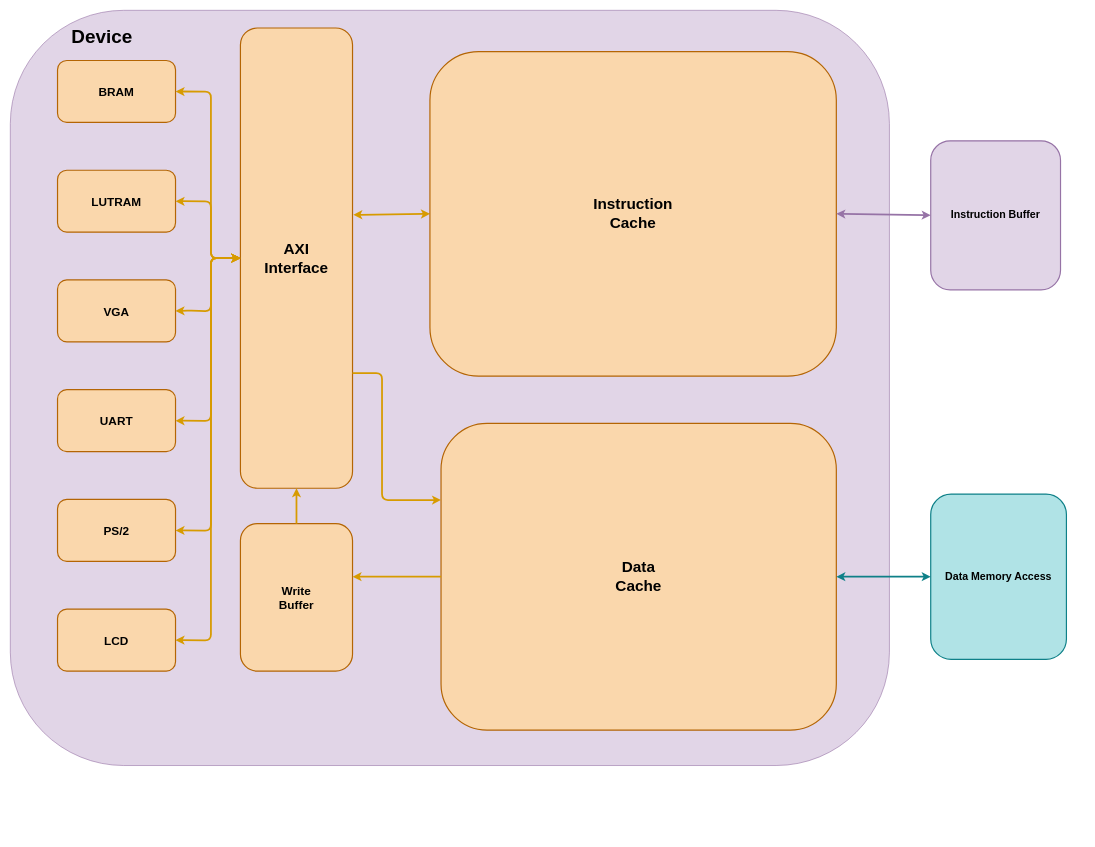
This is page "Memory" (6 of 12) of pua-mips.drawio from Clo91eaf/PUA-MIPS, a draw.io file, before an edit. Source tidied: cells renumbered, new cells numbered last; positions are measured from the earlier drawing's top-left corner, leaving out a move shared by most shapes. Both pictures are drawn from the tidied source at 59%, with x=0, y=0 at pixel (10, 10).
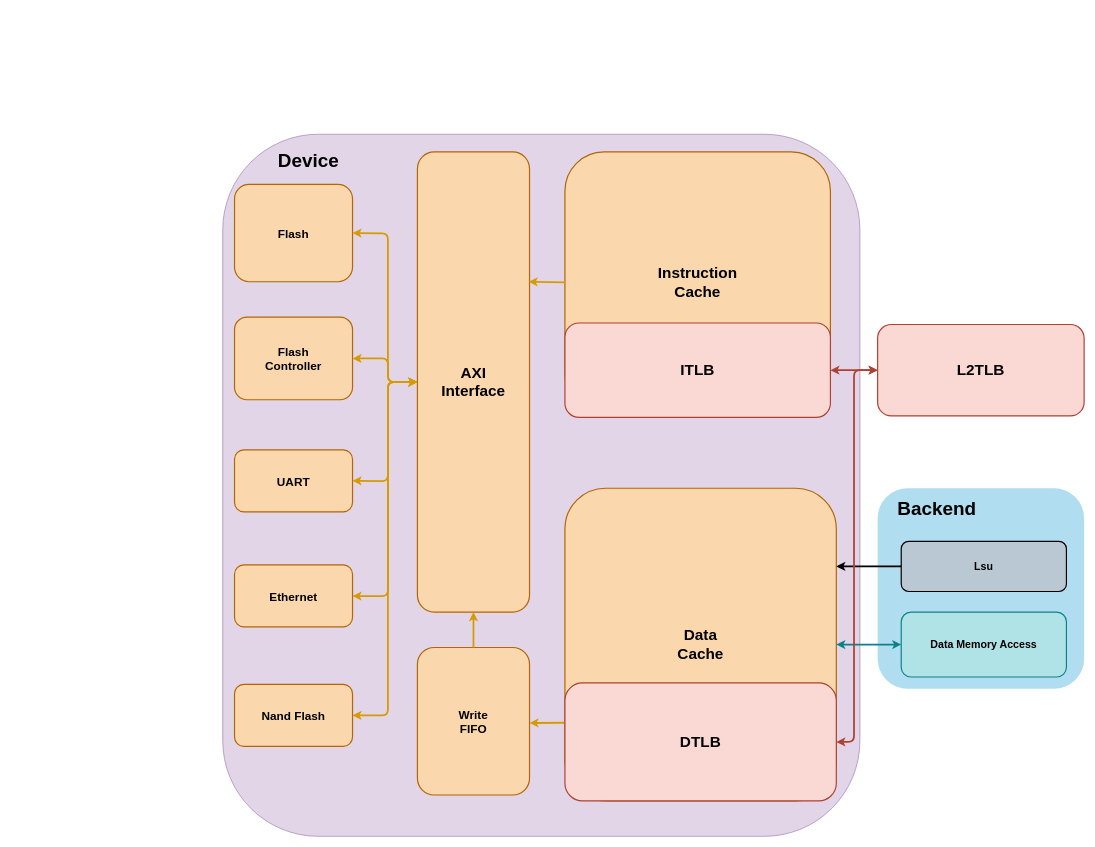
Above is the later version.

What changed in the source:
```diff
@@
-    <mxCell id="2" style="rounded=1;whiteSpace=wrap;html=1;fontSize=12;fillColor=#e1d5e7;strokeColor=#9673a6;" parent="1" vertex="1">
-      <mxGeometry width="1490" height="1280" as="geometry" />
-    </mxCell>
+    <mxCell id="28" style="rounded=1;whiteSpace=wrap;html=1;fontSize=12;fillColor=#b1ddf0;strokeColor=none;" parent="1" vertex="1">
+      <mxGeometry x="1470" y="810" width="350" height="340" as="geometry" />
+    </mxCell>
+    <mxCell id="29" style="rounded=1;whiteSpace=wrap;html=1;fontSize=12;fillColor=#e1d5e7;strokeColor=#9673a6;" parent="1" vertex="1">
+      <mxGeometry x="360" y="210" width="1080" height="1190" as="geometry" />
+    </mxCell>
     <mxCell id="3" value="Device" style="text;html=1;align=center;verticalAlign=middle;strokeColor=none;fillColor=none;fontSize=32;fontStyle=1;sketch=0;" parent="1" vertex="1">
-      <mxGeometry x="90" y="20" width="130" height="50" as="geometry" />
+      <mxGeometry x="440" y="230" width="130" height="50" as="geometry" />
     </mxCell>
-    <mxCell id="4" value="&lt;span style=&quot;font-size: 20px;&quot;&gt;Write&lt;br&gt;Buffer&lt;/span&gt;" style="rounded=1;whiteSpace=wrap;html=1;fontSize=12;fillColor=#fad7ac;strokeColor=#b46504;strokeWidth=2;fontStyle=1;" parent="1" vertex="1">
-      <mxGeometry x="390" y="870" width="190" height="250" as="geometry" />
-    </mxCell>
+    <mxCell id="30" value="&lt;span style=&quot;font-size: 20px;&quot;&gt;Write&lt;br&gt;FIFO&lt;br&gt;&lt;/span&gt;" style="rounded=1;whiteSpace=wrap;html=1;fontSize=12;fillColor=#fad7ac;strokeColor=#b46504;strokeWidth=2;fontStyle=1;" parent="1" vertex="1">
+      <mxGeometry x="690" y="1080" width="190" height="250" as="geometry" />
+    </mxCell>
     <mxCell id="5" value="&lt;span style=&quot;font-size: 26px;&quot;&gt;AXI&lt;br&gt;Interface&lt;/span&gt;" style="rounded=1;whiteSpace=wrap;html=1;fontSize=12;fillColor=#fad7ac;strokeColor=#b46504;strokeWidth=2;fontStyle=1;" parent="1" vertex="1">
-      <mxGeometry x="390" y="30" width="190" height="780" as="geometry" />
+      <mxGeometry x="690" y="240" width="190" height="780" as="geometry" />
     </mxCell>
+    <mxCell id="31" style="edgeStyle=none;html=1;strokeWidth=3;startArrow=none;startFill=0;entryX=0.5;entryY=1;entryDx=0;entryDy=0;fillColor=#ffe6cc;strokeColor=#d79b00;" parent="1" edge="1" source="30" target="5">
+      <mxGeometry relative="1" as="geometry" />
+    </mxCell>
+    <mxCell id="32" value="&lt;font style=&quot;font-size: 20px;&quot;&gt;Flash&lt;/font&gt;" style="rounded=1;whiteSpace=wrap;html=1;fontSize=12;fillColor=#fad7ac;strokeColor=#b46504;strokeWidth=2;fontStyle=1;" parent="1" vertex="1">
+      <mxGeometry x="380" y="295" width="200" height="165" as="geometry" />
+    </mxCell>
+    <mxCell id="33" value="&lt;font style=&quot;font-size: 20px;&quot;&gt;Flash&lt;br&gt;Controller&lt;br&gt;&lt;/font&gt;" style="rounded=1;whiteSpace=wrap;html=1;fontSize=12;fillColor=#fad7ac;strokeColor=#b46504;strokeWidth=2;fontStyle=1;" parent="1" vertex="1">
+      <mxGeometry x="380" y="520" width="200" height="140" as="geometry" />
+    </mxCell>
+    <mxCell id="15" value="&lt;font style=&quot;font-size: 20px;&quot;&gt;UART&lt;/font&gt;" style="rounded=1;whiteSpace=wrap;html=1;fontSize=12;fillColor=#fad7ac;strokeColor=#b46504;strokeWidth=2;fontStyle=1;" parent="1" vertex="1">
+      <mxGeometry x="380" y="745" width="200" height="105" as="geometry" />
+    </mxCell>
+    <mxCell id="34" value="&lt;font style=&quot;font-size: 20px;&quot;&gt;Nand Flash&lt;/font&gt;" style="rounded=1;whiteSpace=wrap;html=1;fontSize=12;fillColor=#fad7ac;strokeColor=#b46504;strokeWidth=2;fontStyle=1;" parent="1" vertex="1">
+      <mxGeometry x="380" y="1142.5" width="200" height="105" as="geometry" />
+    </mxCell>
+    <mxCell id="35" style="edgeStyle=none;html=1;strokeWidth=3;fillColor=#ffe6cc;strokeColor=#d79b00;startArrow=classic;startFill=1;entryX=1;entryY=0.5;entryDx=0;entryDy=0;exitX=0;exitY=0.5;exitDx=0;exitDy=0;" parent="1" edge="1" source="5" target="32">
+      <mxGeometry relative="1" as="geometry">
+        <Array as="points">
+          <mxPoint x="640" y="630" />
+          <mxPoint x="640" y="378" />
+        </Array>
+      </mxGeometry>
+    </mxCell>
+    <mxCell id="36" style="edgeStyle=none;html=1;strokeWidth=3;fillColor=#ffe6cc;strokeColor=#d79b00;startArrow=classic;startFill=1;entryX=1;entryY=0.5;entryDx=0;entryDy=0;exitX=0;exitY=0.5;exitDx=0;exitDy=0;" parent="1" edge="1" source="5" target="33">
+      <mxGeometry relative="1" as="geometry">
+        <Array as="points">
+          <mxPoint x="640" y="630" />
+          <mxPoint x="640" y="590" />
+        </Array>
+      </mxGeometry>
+    </mxCell>
+    <mxCell id="21" style="edgeStyle=none;html=1;strokeWidth=3;fillColor=#ffe6cc;strokeColor=#d79b00;startArrow=classic;startFill=1;entryX=1;entryY=0.5;entryDx=0;entryDy=0;exitX=0;exitY=0.5;exitDx=0;exitDy=0;" parent="1" edge="1" source="5" target="15">
+      <mxGeometry relative="1" as="geometry">
+        <Array as="points">
+          <mxPoint x="640" y="630" />
+          <mxPoint x="640" y="798" />
+        </Array>
+      </mxGeometry>
+    </mxCell>
+    <mxCell id="37" style="edgeStyle=none;html=1;strokeWidth=3;fillColor=#ffe6cc;strokeColor=#d79b00;startArrow=classic;startFill=1;exitX=0;exitY=0.5;exitDx=0;exitDy=0;" parent="1" edge="1" source="5" target="39">
+      <mxGeometry relative="1" as="geometry">
+        <Array as="points">
+          <mxPoint x="640" y="630" />
+          <mxPoint x="640" y="993" />
+        </Array>
+      </mxGeometry>
+    </mxCell>
+    <mxCell id="38" style="edgeStyle=none;html=1;strokeWidth=3;fillColor=#ffe6cc;strokeColor=#d79b00;startArrow=classic;startFill=1;entryX=1;entryY=0.5;entryDx=0;entryDy=0;exitX=0;exitY=0.5;exitDx=0;exitDy=0;" parent="1" edge="1" source="5" target="34">
+      <mxGeometry relative="1" as="geometry">
+        <Array as="points">
+          <mxPoint x="640" y="630" />
+          <mxPoint x="640" y="1195" />
+        </Array>
+      </mxGeometry>
+    </mxCell>
+    <mxCell id="39" value="&lt;font style=&quot;font-size: 20px;&quot;&gt;Ethernet&lt;/font&gt;" style="rounded=1;whiteSpace=wrap;html=1;fontSize=12;fillColor=#fad7ac;strokeColor=#b46504;strokeWidth=2;fontStyle=1;" parent="1" vertex="1">
+      <mxGeometry x="380" y="940" width="200" height="105" as="geometry" />
+    </mxCell>
+    <mxCell id="11" value="&lt;font style=&quot;font-size: 26px;&quot;&gt;Instruction &lt;br&gt;Cache&lt;/font&gt;" style="rounded=1;whiteSpace=wrap;html=1;fontSize=12;fillColor=#fad7ac;strokeColor=#b46504;strokeWidth=2;fontStyle=1;" parent="1" vertex="1">
+      <mxGeometry x="940" y="240" width="450" height="442.5" as="geometry" />
+    </mxCell>
     <mxCell id="6" value="&lt;font style=&quot;font-size: 26px;&quot;&gt;Data &lt;br&gt;Cache&lt;/font&gt;" style="rounded=1;whiteSpace=wrap;html=1;fontSize=12;fillColor=#fad7ac;strokeColor=#b46504;strokeWidth=2;fontStyle=1;" parent="1" vertex="1">
-      <mxGeometry x="730" y="700" width="670" height="520" as="geometry" />
+      <mxGeometry x="940" y="810" width="460" height="530" as="geometry" />
     </mxCell>
-    <mxCell id="7" style="edgeStyle=none;html=1;strokeWidth=3;fillColor=#ffe6cc;strokeColor=#d79b00;startArrow=none;startFill=0;exitX=0;exitY=0.5;exitDx=0;exitDy=0;" parent="1" edge="1" source="6">
-      <mxGeometry relative="1" as="geometry">
-        <mxPoint x="580" y="960" as="targetPoint" />
-        <Array as="points">
-          <mxPoint x="630" y="960" />
-        </Array>
-      </mxGeometry>
-    </mxCell>
-    <mxCell id="8" style="edgeStyle=none;html=1;strokeWidth=3;startArrow=none;startFill=0;entryX=0.5;entryY=1;entryDx=0;entryDy=0;fillColor=#ffe6cc;strokeColor=#d79b00;" parent="1" edge="1" source="4" target="5">
-      <mxGeometry relative="1" as="geometry" />
-    </mxCell>
-    <mxCell id="9" style="edgeStyle=none;html=1;strokeWidth=3;startArrow=none;startFill=0;exitX=1;exitY=0.75;exitDx=0;exitDy=0;entryX=0;entryY=0.25;entryDx=0;entryDy=0;fillColor=#ffe6cc;strokeColor=#d79b00;" parent="1" edge="1" source="5" target="6">
-      <mxGeometry relative="1" as="geometry">
-        <Array as="points">
-          <mxPoint x="630" y="615" />
-          <mxPoint x="630" y="830" />
-        </Array>
-      </mxGeometry>
-    </mxCell>
+    <mxCell id="40" style="edgeStyle=none;html=1;strokeWidth=3;startArrow=none;startFill=0;fillColor=#ffe6cc;strokeColor=#d79b00;exitX=0;exitY=0.75;exitDx=0;exitDy=0;" parent="1" edge="1" source="6">
+      <mxGeometry relative="1" as="geometry">
+        <mxPoint x="880" y="1208" as="targetPoint" />
+      </mxGeometry>
+    </mxCell>
-    <mxCell id="10" style="edgeStyle=none;html=1;strokeWidth=3;fillColor=#ffe6cc;strokeColor=#d79b00;startArrow=classic;startFill=1;entryX=1.007;entryY=0.406;entryDx=0;entryDy=0;exitX=0;exitY=0.5;exitDx=0;exitDy=0;entryPerimeter=0;" parent="1" edge="1" source="11" target="5">
+    <mxCell id="10" style="edgeStyle=none;html=1;strokeWidth=3;startArrow=none;startFill=0;entryX=0.992;entryY=0.282;entryDx=0;entryDy=0;fillColor=#ffe6cc;strokeColor=#d79b00;exitX=0;exitY=0.5;exitDx=0;exitDy=0;entryPerimeter=0;" parent="1" edge="1" source="11" target="5">
       <mxGeometry relative="1" as="geometry" />
     </mxCell>
-    <mxCell id="11" value="&lt;font style=&quot;font-size: 26px;&quot;&gt;Instruction &lt;br&gt;Cache&lt;/font&gt;" style="rounded=1;whiteSpace=wrap;html=1;fontSize=12;fillColor=#fad7ac;strokeColor=#b46504;strokeWidth=2;fontStyle=1;" parent="1" vertex="1">
-      <mxGeometry x="711.2" y="70" width="688.8" height="550" as="geometry" />
-    </mxCell>
-    <mxCell id="12" value="&lt;font style=&quot;font-size: 20px;&quot;&gt;BRAM&lt;/font&gt;" style="rounded=1;whiteSpace=wrap;html=1;fontSize=12;fillColor=#fad7ac;strokeColor=#b46504;strokeWidth=2;fontStyle=1;" parent="1" vertex="1">
-      <mxGeometry x="80" y="85" width="200" height="105" as="geometry" />
-    </mxCell>
-    <mxCell id="13" value="&lt;font style=&quot;font-size: 20px;&quot;&gt;LUTRAM&lt;/font&gt;" style="rounded=1;whiteSpace=wrap;html=1;fontSize=12;fillColor=#fad7ac;strokeColor=#b46504;strokeWidth=2;fontStyle=1;" parent="1" vertex="1">
-      <mxGeometry x="80" y="271" width="200" height="105" as="geometry" />
-    </mxCell>
-    <mxCell id="14" value="&lt;font style=&quot;font-size: 20px;&quot;&gt;VGA&lt;/font&gt;" style="rounded=1;whiteSpace=wrap;html=1;fontSize=12;fillColor=#fad7ac;strokeColor=#b46504;strokeWidth=2;fontStyle=1;" parent="1" vertex="1">
-      <mxGeometry x="80" y="457" width="200" height="105" as="geometry" />
-    </mxCell>
-    <mxCell id="15" value="&lt;font style=&quot;font-size: 20px;&quot;&gt;UART&lt;/font&gt;" style="rounded=1;whiteSpace=wrap;html=1;fontSize=12;fillColor=#fad7ac;strokeColor=#b46504;strokeWidth=2;fontStyle=1;" parent="1" vertex="1">
-      <mxGeometry x="80" y="643" width="200" height="105" as="geometry" />
-    </mxCell>
-    <mxCell id="16" value="&lt;font style=&quot;font-size: 20px;&quot;&gt;PS/2&lt;/font&gt;" style="rounded=1;whiteSpace=wrap;html=1;fontSize=12;fillColor=#fad7ac;strokeColor=#b46504;strokeWidth=2;fontStyle=1;" parent="1" vertex="1">
-      <mxGeometry x="80" y="829" width="200" height="105" as="geometry" />
-    </mxCell>
-    <mxCell id="17" value="&lt;font style=&quot;font-size: 20px;&quot;&gt;LCD&lt;/font&gt;" style="rounded=1;whiteSpace=wrap;html=1;fontSize=12;fillColor=#fad7ac;strokeColor=#b46504;strokeWidth=2;fontStyle=1;" parent="1" vertex="1">
-      <mxGeometry x="80" y="1015" width="200" height="105" as="geometry" />
-    </mxCell>
-    <mxCell id="18" style="edgeStyle=none;html=1;strokeWidth=3;fillColor=#ffe6cc;strokeColor=#d79b00;startArrow=classic;startFill=1;entryX=1;entryY=0.5;entryDx=0;entryDy=0;exitX=0;exitY=0.5;exitDx=0;exitDy=0;" parent="1" edge="1" source="5" target="12">
-      <mxGeometry relative="1" as="geometry">
-        <Array as="points">
-          <mxPoint x="340" y="420" />
-          <mxPoint x="340" y="138" />
-        </Array>
-      </mxGeometry>
-    </mxCell>
-    <mxCell id="19" style="edgeStyle=none;html=1;strokeWidth=3;fillColor=#ffe6cc;strokeColor=#d79b00;startArrow=classic;startFill=1;entryX=1;entryY=0.5;entryDx=0;entryDy=0;exitX=0;exitY=0.5;exitDx=0;exitDy=0;" parent="1" edge="1" source="5" target="13">
-      <mxGeometry relative="1" as="geometry">
-        <Array as="points">
-          <mxPoint x="340" y="420" />
-          <mxPoint x="340" y="324" />
-        </Array>
-      </mxGeometry>
-    </mxCell>
-    <mxCell id="20" style="edgeStyle=none;html=1;strokeWidth=3;fillColor=#ffe6cc;strokeColor=#d79b00;startArrow=classic;startFill=1;entryX=1;entryY=0.5;entryDx=0;entryDy=0;exitX=0;exitY=0.5;exitDx=0;exitDy=0;" parent="1" edge="1" source="5" target="14">
-      <mxGeometry relative="1" as="geometry">
-        <Array as="points">
-          <mxPoint x="340" y="420" />
-          <mxPoint x="340" y="510" />
-          <mxPoint x="310" y="509" />
-        </Array>
-      </mxGeometry>
-    </mxCell>
-    <mxCell id="21" style="edgeStyle=none;html=1;strokeWidth=3;fillColor=#ffe6cc;strokeColor=#d79b00;startArrow=classic;startFill=1;entryX=1;entryY=0.5;entryDx=0;entryDy=0;exitX=0;exitY=0.5;exitDx=0;exitDy=0;" parent="1" edge="1" source="5" target="15">
-      <mxGeometry relative="1" as="geometry">
-        <Array as="points">
-          <mxPoint x="340" y="420" />
-          <mxPoint x="340" y="696" />
-        </Array>
-      </mxGeometry>
-    </mxCell>
-    <mxCell id="22" style="edgeStyle=none;html=1;strokeWidth=3;fillColor=#ffe6cc;strokeColor=#d79b00;startArrow=classic;startFill=1;entryX=1;entryY=0.5;entryDx=0;entryDy=0;exitX=0;exitY=0.5;exitDx=0;exitDy=0;" parent="1" edge="1" source="5" target="16">
-      <mxGeometry relative="1" as="geometry">
-        <Array as="points">
-          <mxPoint x="340" y="420" />
-          <mxPoint x="340" y="882" />
-        </Array>
-      </mxGeometry>
-    </mxCell>
-    <mxCell id="23" style="edgeStyle=none;html=1;strokeWidth=3;fillColor=#ffe6cc;strokeColor=#d79b00;startArrow=classic;startFill=1;entryX=1;entryY=0.5;entryDx=0;entryDy=0;exitX=0;exitY=0.5;exitDx=0;exitDy=0;" parent="1" edge="1" source="5" target="17">
-      <mxGeometry relative="1" as="geometry">
-        <Array as="points">
-          <mxPoint x="340" y="420" />
-          <mxPoint x="340" y="1068" />
-        </Array>
-      </mxGeometry>
-    </mxCell>
     <mxCell id="24" value="&lt;span style=&quot;font-size: 18px&quot;&gt;Data Memory Access&lt;/span&gt;" style="rounded=1;whiteSpace=wrap;html=1;fontSize=12;fillColor=#b0e3e6;strokeColor=#0e8088;strokeWidth=2;fontStyle=1;" parent="1" vertex="1">
-      <mxGeometry x="1560" y="820" width="230" height="280" as="geometry" />
+      <mxGeometry x="1510" y="1020" width="280" height="110" as="geometry" />
     </mxCell>
+    <mxCell id="41" value="Backend" style="text;html=1;align=center;verticalAlign=middle;strokeColor=none;fillColor=none;fontSize=32;fontStyle=1;sketch=0;" parent="1" vertex="1">
+      <mxGeometry x="1490" y="820" width="160" height="50" as="geometry" />
+    </mxCell>
-    <mxCell id="25" style="edgeStyle=none;html=1;fontSize=26;startArrow=classic;startFill=1;exitX=0;exitY=0.5;exitDx=0;exitDy=0;fillColor=#b0e3e6;strokeColor=#0e8088;strokeWidth=3;entryX=1;entryY=0.5;entryDx=0;entryDy=0;" parent="1" edge="1" source="24" target="6">
+    <mxCell id="25" style="edgeStyle=none;html=1;fontSize=26;startArrow=classic;startFill=1;fillColor=#b0e3e6;strokeColor=#0e8088;strokeWidth=3;exitX=0;exitY=0.5;exitDx=0;exitDy=0;entryX=1;entryY=0.5;entryDx=0;entryDy=0;" parent="1" edge="1" source="24" target="6">
       <mxGeometry relative="1" as="geometry" />
     </mxCell>
-    <mxCell id="26" value="&lt;span style=&quot;font-size: 18px&quot;&gt;Instruction Buffer&lt;/span&gt;" style="rounded=1;whiteSpace=wrap;html=1;fontSize=12;fillColor=#e1d5e7;strokeColor=#9673a6;strokeWidth=2;fontStyle=1;" parent="1" vertex="1">
-      <mxGeometry x="1560" y="221.2" width="220" height="252.5" as="geometry" />
-    </mxCell>
-    <mxCell id="27" style="edgeStyle=none;html=1;fontSize=26;startArrow=classic;startFill=1;fillColor=#e1d5e7;strokeColor=#9673a6;strokeWidth=3;entryX=1;entryY=0.5;entryDx=0;entryDy=0;exitX=0;exitY=0.5;exitDx=0;exitDy=0;" parent="1" edge="1" source="26" target="11">
-      <mxGeometry relative="1" as="geometry" />
-    </mxCell>
+    <mxCell id="42" value="&lt;span style=&quot;font-size: 18px&quot;&gt;Lsu&lt;/span&gt;" style="rounded=1;whiteSpace=wrap;html=1;fontSize=12;fillColor=#bac8d3;strokeColor=default;strokeWidth=2;fontStyle=1;" parent="1" vertex="1">
+      <mxGeometry x="1510" y="900" width="280" height="85" as="geometry" />
+    </mxCell>
+    <mxCell id="43" style="edgeStyle=none;html=1;fontSize=26;startArrow=classic;startFill=1;endArrow=none;endFill=0;entryX=0;entryY=0.5;entryDx=0;entryDy=0;fillColor=#bac8d3;strokeColor=default;strokeWidth=3;exitX=1;exitY=0.25;exitDx=0;exitDy=0;" parent="1" edge="1" source="6" target="42">
+      <mxGeometry relative="1" as="geometry" />
+    </mxCell>
+    <mxCell id="44" value="&lt;span style=&quot;font-size: 26px;&quot;&gt;DTLB&lt;/span&gt;" style="rounded=1;whiteSpace=wrap;html=1;fontSize=12;fillColor=#fad9d5;strokeColor=#ae4132;strokeWidth=2;fontStyle=1;" parent="1" vertex="1">
+      <mxGeometry x="940" y="1140" width="460" height="200" as="geometry" />
+    </mxCell>
+    <mxCell id="45" value="&lt;span style=&quot;font-size: 26px;&quot;&gt;ITLB&lt;/span&gt;" style="rounded=1;whiteSpace=wrap;html=1;fontSize=12;fillColor=#fad9d5;strokeColor=#ae4132;strokeWidth=2;fontStyle=1;" parent="1" vertex="1">
+      <mxGeometry x="940" y="530" width="450" height="160" as="geometry" />
+    </mxCell>
+    <mxCell id="46" value="&lt;span style=&quot;font-size: 26px;&quot;&gt;L2TLB&lt;/span&gt;" style="rounded=1;whiteSpace=wrap;html=1;fontSize=12;fillColor=#fad9d5;strokeColor=#ae4132;strokeWidth=2;fontStyle=1;" parent="1" vertex="1">
+      <mxGeometry x="1470" y="532.5" width="350" height="155" as="geometry" />
+    </mxCell>
+    <mxCell id="47" style="edgeStyle=none;html=1;strokeWidth=3;fillColor=#fad9d5;strokeColor=#ae4132;startArrow=classic;startFill=1;exitX=1;exitY=0.5;exitDx=0;exitDy=0;entryX=0;entryY=0.5;entryDx=0;entryDy=0;" parent="1" edge="1" source="45" target="46">
+      <mxGeometry relative="1" as="geometry" />
+    </mxCell>
+    <mxCell id="48" style="edgeStyle=none;html=1;strokeWidth=3;fillColor=#fad9d5;strokeColor=#ae4132;startArrow=classic;startFill=1;exitX=1;exitY=0.5;exitDx=0;exitDy=0;entryX=0;entryY=0.5;entryDx=0;entryDy=0;" parent="1" edge="1" source="44" target="46">
+      <mxGeometry relative="1" as="geometry">
+        <Array as="points">
+          <mxPoint x="1430" y="1240" />
+          <mxPoint x="1430" y="610" />
+        </Array>
+      </mxGeometry>
+    </mxCell>
```
